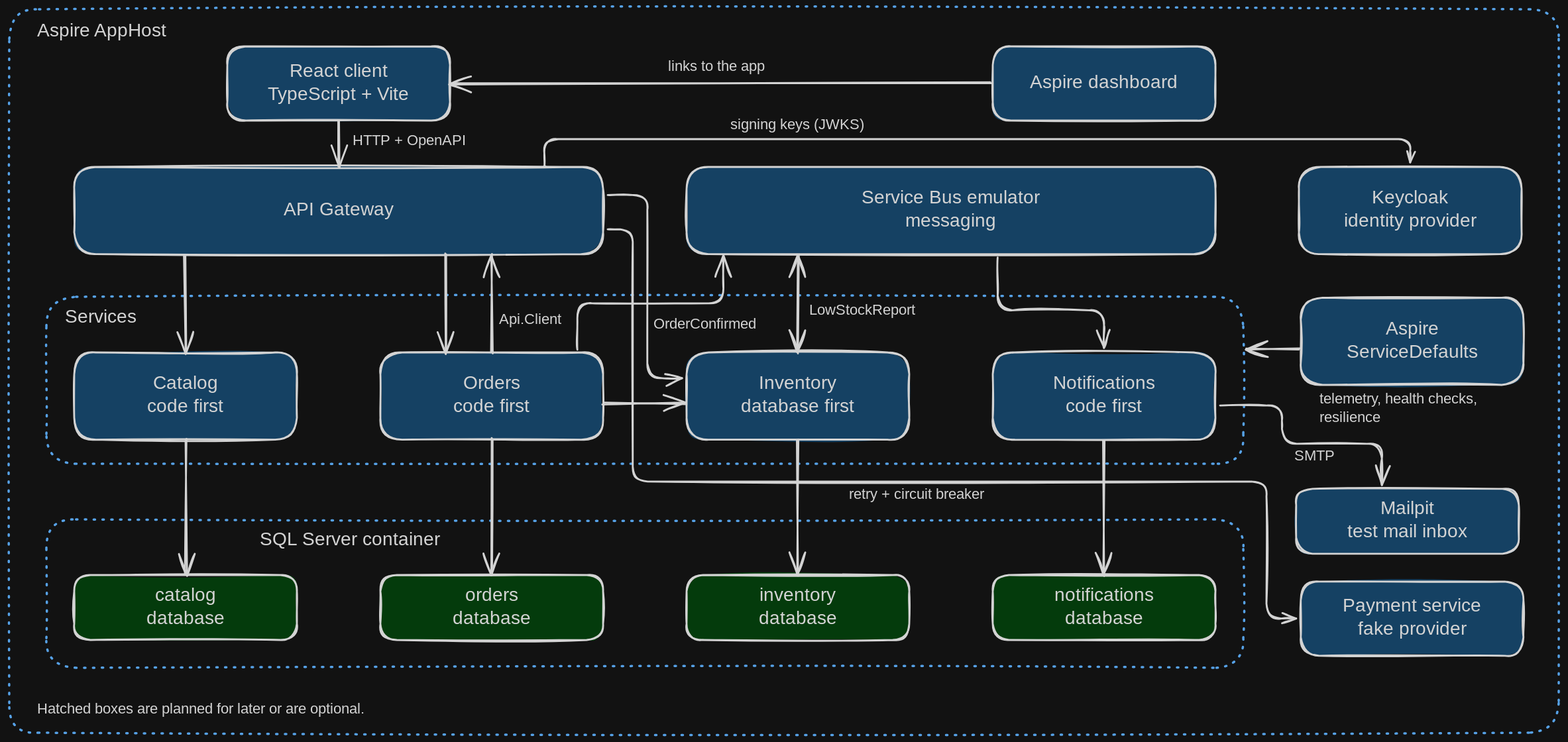
gmarginet/CleanArchitectureToolkit keeps this Excalidraw diagram as resources/schemas/CatDemoArchitecture.excalidraw.svg. Above is the earlier version. Source tidied: one line per element, renumbered; positions are measured from the earlier drawing's top-left corner, leaving out a move shared by most shapes.
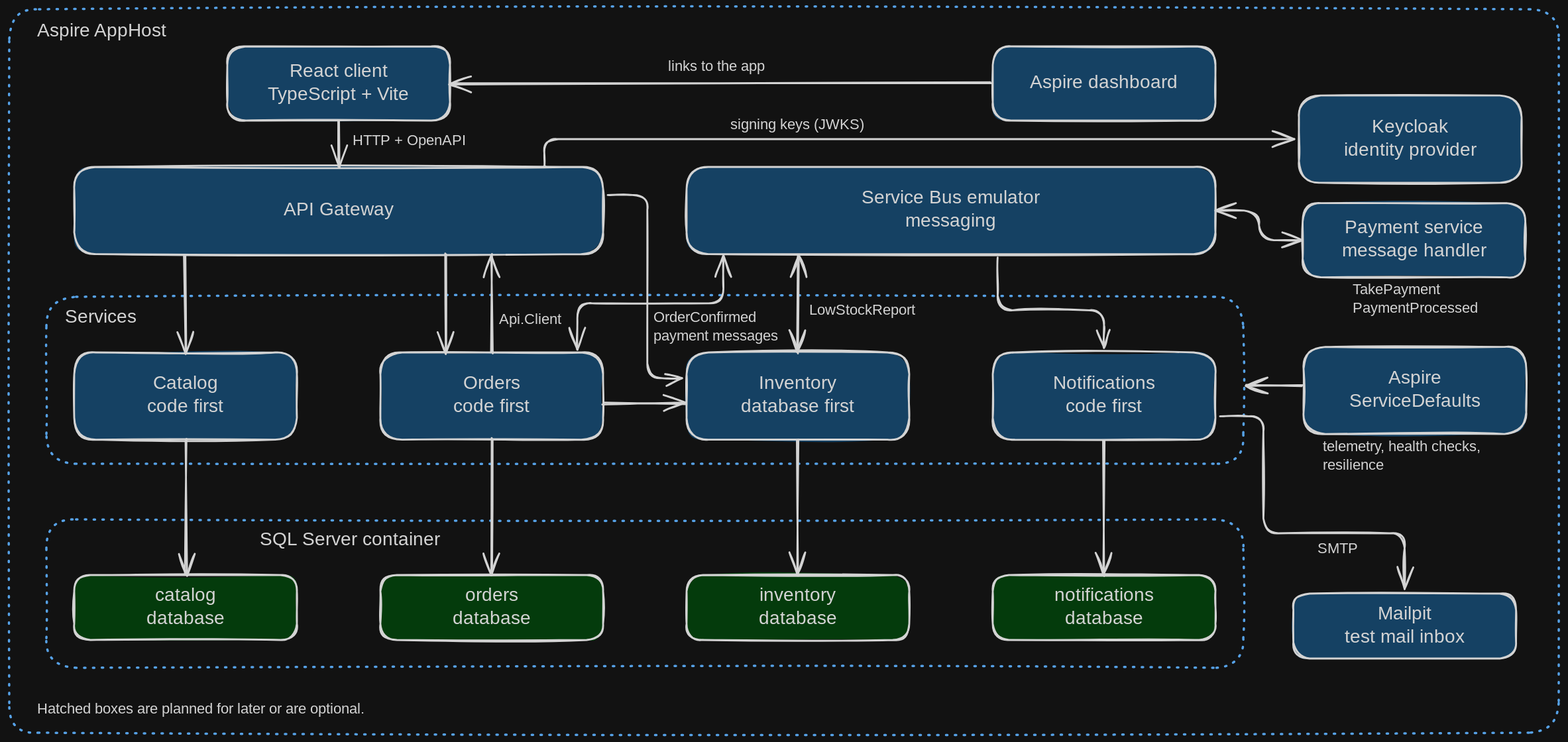
Above is the later version.

Commit message:
Describe the saga and the payment messages in the demo readme and drawing (skip-pub)

Change to the diagram source:
```diff
@@ -20,47 +20,47 @@
 {"id": 19, "type": "text", "text": "Inventory\ndatabase first", "strokeColor": "#1e1e1e", "strokeWidth": 2, "roughness": 1, "fontSize": 20, "fontFamily": 5, "textAlign": "center", "verticalAlign": "middle", "inside": 18, "x": 779, "y": 392, "width": 141, "height": 50}
 {"id": 20, "type": "rectangle", "strokeColor": "#1e1e1e", "backgroundColor": "#a5d8ff", "fillStyle": "solid", "strokeWidth": 2, "roughness": 1, "round": true, "x": 1060, "y": 370, "width": 240, "height": 94}
 {"id": 21, "type": "text", "text": "Notifications\ncode first", "strokeColor": "#1e1e1e", "strokeWidth": 2, "roughness": 1, "fontSize": 20, "fontFamily": 5, "textAlign": "center", "verticalAlign": "middle", "inside": 20, "x": 1109, "y": 392, "width": 142, "height": 50}
-{"id": 22, "type": "rectangle", "strokeColor": "#1e1e1e", "backgroundColor": "#a5d8ff", "fillStyle": "solid", "strokeWidth": 2, "roughness": 1, "round": true, "x": 1392, "y": 311, "width": 240, "height": 94}
+{"id": 22, "type": "rectangle", "strokeColor": "#1e1e1e", "backgroundColor": "#a5d8ff", "fillStyle": "solid", "strokeWidth": 2, "roughness": 1, "round": true, "x": 1395, "y": 364, "width": 240, "height": 94}
-{"id": 23, "type": "text", "text": "Aspire\nServiceDefaults", "strokeColor": "#1e1e1e", "strokeWidth": 2, "roughness": 1, "fontSize": 20, "fontFamily": 5, "textAlign": "center", "verticalAlign": "middle", "inside": 22, "x": 1436, "y": 333, "width": 153, "height": 50}
+{"id": 23, "type": "text", "text": "Aspire\nServiceDefaults", "strokeColor": "#1e1e1e", "strokeWidth": 2, "roughness": 1, "fontSize": 20, "fontFamily": 5, "textAlign": "center", "verticalAlign": "middle", "inside": 22, "x": 1439, "y": 386, "width": 153, "height": 50}
 {"id": 24, "type": "rectangle", "strokeColor": "#1e1e1e", "backgroundColor": "#b2f2bb", "fillStyle": "solid", "strokeWidth": 2, "roughness": 1, "round": true, "x": 70, "y": 610, "width": 240, "height": 70}
 {"id": 25, "type": "text", "text": "catalog\ndatabase", "strokeColor": "#1e1e1e", "strokeWidth": 2, "roughness": 1, "fontSize": 20, "fontFamily": 5, "textAlign": "center", "verticalAlign": "middle", "inside": 24, "x": 150, "y": 620, "width": 81, "height": 50}
 {"id": 26, "type": "rectangle", "strokeColor": "#1e1e1e", "backgroundColor": "#b2f2bb", "fillStyle": "solid", "strokeWidth": 2, "roughness": 1, "round": true, "x": 400, "y": 610, "width": 240, "height": 70}
 {"id": 27, "type": "text", "text": "orders\ndatabase", "strokeColor": "#1e1e1e", "strokeWidth": 2, "roughness": 1, "fontSize": 20, "fontFamily": 5, "textAlign": "center", "verticalAlign": "middle", "inside": 26, "x": 480, "y": 620, "width": 81, "height": 50}
 {"id": 28, "type": "rectangle", "strokeColor": "#1e1e1e", "backgroundColor": "#b2f2bb", "fillStyle": "solid", "strokeWidth": 2, "roughness": 1, "round": true, "x": 730, "y": 610, "width": 240, "height": 70}
 {"id": 29, "type": "text", "text": "inventory\ndatabase", "strokeColor": "#1e1e1e", "strokeWidth": 2, "roughness": 1, "fontSize": 20, "fontFamily": 5, "textAlign": "center", "verticalAlign": "middle", "inside": 28, "x": 805, "y": 620, "width": 91, "height": 50}
-{"id": 30, "type": "rectangle", "strokeColor": "#1e1e1e", "backgroundColor": "#a5d8ff", "fillStyle": "solid", "strokeWidth": 2, "roughness": 1, "round": true, "x": 1392, "y": 617, "width": 240, "height": 80}
+{"id": 30, "type": "rectangle", "strokeColor": "#1e1e1e", "backgroundColor": "#a5d8ff", "fillStyle": "solid", "strokeWidth": 2, "roughness": 1, "round": true, "x": 1394, "y": 209, "width": 240, "height": 80}
-{"id": 31, "type": "text", "text": "Payment service\nfake provider", "strokeColor": "#1e1e1e", "strokeWidth": 2, "roughness": 1, "fontSize": 20, "fontFamily": 5, "textAlign": "center", "verticalAlign": "middle", "inside": 30, "x": 1436, "y": 632, "width": 151, "height": 50}
+{"id": 31, "type": "text", "text": "Payment service\nmessage handler", "strokeColor": "#1e1e1e", "strokeWidth": 2, "roughness": 1, "fontSize": 20, "fontFamily": 5, "textAlign": "center", "verticalAlign": "middle", "inside": 30, "x": 1438, "y": 224, "width": 151, "height": 50}
 {"id": 32, "type": "arrow", "strokeColor": "#1e1e1e", "strokeWidth": 2, "roughness": 1, "endArrowhead": "arrow", "round": true, "from": 6, "to": 10, "x": 355, "y": 120, "width": 0, "height": 50, "points": [[0, 0], [0, 50]]}
 {"id": 33, "type": "arrow", "strokeColor": "#1e1e1e", "strokeWidth": 2, "roughness": 1, "endArrowhead": "arrow", "round": true, "from": 8, "to": 6, "x": 1059, "y": 80, "width": 583, "height": 0, "points": [[0, 0], [-583, 0]]}
 {"id": 34, "type": "arrow", "strokeColor": "#1e1e1e", "strokeWidth": 2, "roughness": 1, "endArrowhead": "arrow", "round": true, "from": 10, "to": 14, "x": 190, "y": 264, "width": 0, "height": 106, "points": [[0, 0], [0, 106]]}
 {"id": 35, "type": "arrow", "strokeColor": "#1e1e1e", "strokeWidth": 2, "roughness": 1, "endArrowhead": "arrow", "round": true, "from": 10, "to": 16, "x": 470, "y": 264, "width": 0, "height": 106, "points": [[0, 0], [0, 106]]}
-{"id": 36, "type": "arrow", "strokeColor": "#1e1e1e", "strokeWidth": 2, "roughness": 1, "endArrowhead": "arrow", "from": 16, "to": 12, "x": 612, "y": 367, "width": 157, "height": 102, "points": [[0, 0], [0, -50], [157, -50], [157, -102]]}
+{"id": 36, "type": "arrow", "strokeColor": "#1e1e1e", "strokeWidth": 2, "roughness": 1, "startArrowhead": "arrow", "endArrowhead": "arrow", "from": 16, "to": 12, "x": 612, "y": 367, "width": 157, "height": 102, "points": [[0, 0], [0, -50], [157, -50], [157, -102]]}
 {"id": 37, "type": "arrow", "strokeColor": "#1e1e1e", "strokeWidth": 2, "roughness": 1, "startArrowhead": "arrow", "endArrowhead": "arrow", "round": true, "from": 12, "to": 18, "x": 850, "y": 264, "width": 0, "height": 106, "points": [[0, 0], [0, 106]]}
 {"id": 38, "type": "arrow", "strokeColor": "#1e1e1e", "strokeWidth": 2, "roughness": 1, "endArrowhead": "arrow", "from": 12, "to": 20, "x": 1065, "y": 268, "width": 115, "height": 97, "points": [[0, 0], [0, 57], [115, 57], [115, 97]]}
 {"id": 39, "type": "arrow", "strokeColor": "#1e1e1e", "strokeWidth": 2, "roughness": 1, "endArrowhead": "arrow", "round": true, "from": 16, "to": 10, "x": 520, "y": 370, "width": 0, "height": 106, "points": [[0, 0], [0, -106]]}
 {"id": 40, "type": "arrow", "strokeColor": "#1e1e1e", "strokeWidth": 2, "roughness": 1, "endArrowhead": "arrow", "round": true, "from": 14, "to": 24, "x": 190, "y": 464, "width": 0, "height": 146, "points": [[0, 0], [0, 146]]}
 {"id": 41, "type": "arrow", "strokeColor": "#1e1e1e", "strokeWidth": 2, "roughness": 1, "endArrowhead": "arrow", "round": true, "from": 16, "to": 26, "x": 520, "y": 464, "width": 0, "height": 146, "points": [[0, 0], [0, 146]]}
 {"id": 42, "type": "arrow", "strokeColor": "#1e1e1e", "strokeWidth": 2, "roughness": 1, "endArrowhead": "arrow", "round": true, "from": 18, "to": 28, "x": 850, "y": 464, "width": 0, "height": 146, "points": [[0, 0], [0, 146]]}
-{"id": 43, "type": "arrow", "strokeColor": "#1e1e1e", "strokeWidth": 2, "roughness": 1, "endArrowhead": "arrow", "from": 10, "to": 30, "x": 645, "y": 237, "width": 742, "height": 420, "points": [[0, 0], [27, 0], [27, 272], [710, 272], [710, 420], [742, 420]]}
-{"id": 44, "type": "arrow", "strokeColor": "#1e1e1e", "strokeWidth": 2, "roughness": 1, "endArrowhead": "arrow", "round": true, "from": 22, "to": 1, "x": 1391, "y": 367, "width": 59, "height": 0, "points": [[0, 0], [-59, 0]]}
+{"id": 44, "type": "arrow", "strokeColor": "#1e1e1e", "strokeWidth": 2, "roughness": 1, "endArrowhead": "arrow", "round": true, "from": 22, "to": 1, "x": 1394, "y": 407, "width": 62, "height": 1, "points": [[0, 0], [-62, -1]]}
 {"id": 45, "type": "text", "text": "HTTP + OpenAPI", "strokeColor": "#1e1e1e", "strokeWidth": 2, "roughness": 1, "fontSize": 16, "fontFamily": 5, "x": 370, "y": 132, "width": 113, "height": 20}
 {"id": 46, "type": "text", "text": "links to the app", "strokeColor": "#1e1e1e", "strokeWidth": 2, "roughness": 1, "fontSize": 16, "fontFamily": 5, "x": 710, "y": 52, "width": 130, "height": 20}
-{"id": 47, "type": "text", "text": "OrderConfirmed", "strokeColor": "#1e1e1e", "strokeWidth": 2, "roughness": 1, "fontSize": 16, "fontFamily": 5, "x": 694, "y": 330, "width": 113, "height": 20}
+{"id": 47, "type": "text", "text": "OrderConfirmed\npayment messages", "strokeColor": "#1e1e1e", "strokeWidth": 2, "roughness": 1, "fontSize": 16, "fontFamily": 5, "x": 694, "y": 323, "width": 130, "height": 40}
 {"id": 48, "type": "text", "text": "Api.Client", "strokeColor": "#1e1e1e", "strokeWidth": 2, "roughness": 1, "fontSize": 16, "fontFamily": 5, "x": 528, "y": 325, "width": 81, "height": 20}
-{"id": 49, "type": "text", "text": "retry + circuit breaker", "strokeColor": "#1e1e1e", "strokeWidth": 2, "roughness": 1, "fontSize": 16, "fontFamily": 5, "x": 905, "y": 514, "width": 186, "height": 20}
-{"id": 50, "type": "text", "text": "telemetry, health checks,\nresilience", "strokeColor": "#1e1e1e", "strokeWidth": 2, "roughness": 1, "fontSize": 16, "fontFamily": 5, "x": 1412, "y": 411, "width": 202, "height": 40}
+{"id": 50, "type": "text", "text": "telemetry, health checks,\nresilience", "strokeColor": "#1e1e1e", "strokeWidth": 2, "roughness": 1, "fontSize": 16, "fontFamily": 5, "x": 1416, "y": 462, "width": 202, "height": 40}
 {"id": 51, "type": "text", "text": "Hatched boxes are planned for later or are optional.", "strokeColor": "#1e1e1e", "strokeWidth": 2, "roughness": 1, "fontSize": 16, "fontFamily": 5, "x": 30, "y": 745, "width": 407, "height": 20}
-{"id": 52, "type": "rectangle", "strokeColor": "#1e1e1e", "backgroundColor": "#a5d8ff", "fillStyle": "solid", "strokeWidth": 2, "roughness": 1, "round": true, "x": 1390, "y": 170, "width": 240, "height": 94}
+{"id": 52, "type": "rectangle", "strokeColor": "#1e1e1e", "backgroundColor": "#a5d8ff", "fillStyle": "solid", "strokeWidth": 2, "roughness": 1, "round": true, "x": 1390, "y": 93, "width": 240, "height": 94}
-{"id": 53, "type": "text", "text": "Keycloak\nidentity provider", "strokeColor": "#1e1e1e", "strokeWidth": 2, "roughness": 1, "fontSize": 20, "fontFamily": 5, "textAlign": "center", "verticalAlign": "middle", "inside": 52, "x": 1424, "y": 192, "width": 172, "height": 50}
+{"id": 53, "type": "text", "text": "Keycloak\nidentity provider", "strokeColor": "#1e1e1e", "strokeWidth": 2, "roughness": 1, "fontSize": 20, "fontFamily": 5, "textAlign": "center", "verticalAlign": "middle", "inside": 52, "x": 1424, "y": 115, "width": 172, "height": 50}
-{"id": 54, "type": "arrow", "strokeColor": "#1e1e1e", "strokeWidth": 2, "roughness": 1, "endArrowhead": "arrow", "from": 10, "to": 52, "x": 577, "y": 170, "width": 933, "height": 30, "points": [[0, 0], [0, 0], [0, -30], [933, -30], [933, -5]]}
+{"id": 54, "type": "arrow", "strokeColor": "#1e1e1e", "strokeWidth": 2, "roughness": 1, "endArrowhead": "arrow", "from": 10, "to": 52, "x": 577, "y": 170, "width": 808, "height": 30, "points": [[0, 0], [0, 0], [0, -30], [808, -30]]}
 {"id": 55, "type": "text", "text": "signing keys (JWKS)", "strokeColor": "#1e1e1e", "strokeWidth": 2, "roughness": 1, "fontSize": 16, "fontFamily": 5, "x": 777, "y": 115, "width": 154, "height": 20}
 {"id": 56, "type": "arrow", "strokeColor": "#1e1e1e", "strokeWidth": 2, "roughness": 1, "endArrowhead": "arrow", "round": true, "from": 16, "to": 18, "x": 640, "y": 425, "width": 90, "height": 0, "points": [[0, 0], [90, 0]]}
 {"id": 57, "type": "arrow", "strokeColor": "#1e1e1e", "strokeWidth": 2, "roughness": 1, "endArrowhead": "arrow", "from": 10, "to": 18, "x": 645, "y": 200, "width": 80, "height": 197, "points": [[0, 0], [43, 0], [43, 197], [80, 197]]}
-{"id": 58, "type": "rectangle", "strokeColor": "#1e1e1e", "backgroundColor": "#a5d8ff", "fillStyle": "solid", "strokeWidth": 2, "roughness": 1, "round": true, "x": 1387, "y": 517, "width": 240, "height": 70}
+{"id": 58, "type": "rectangle", "strokeColor": "#1e1e1e", "backgroundColor": "#a5d8ff", "fillStyle": "solid", "strokeWidth": 2, "roughness": 1, "round": true, "x": 1384, "y": 630, "width": 240, "height": 70}
-{"id": 59, "type": "text", "text": "Mailpit\ntest mail inbox", "strokeColor": "#1e1e1e", "strokeWidth": 2, "roughness": 1, "fontSize": 20, "fontFamily": 5, "textAlign": "center", "verticalAlign": "middle", "inside": 58, "x": 1427, "y": 527, "width": 160, "height": 50}
+{"id": 59, "type": "text", "text": "Mailpit\ntest mail inbox", "strokeColor": "#1e1e1e", "strokeWidth": 2, "roughness": 1, "fontSize": 20, "fontFamily": 5, "textAlign": "center", "verticalAlign": "middle", "inside": 58, "x": 1424, "y": 640, "width": 160, "height": 50}
-{"id": 60, "type": "arrow", "strokeColor": "#1e1e1e", "strokeWidth": 2, "roughness": 1, "endArrowhead": "arrow", "from": 20, "to": 58, "x": 1305, "y": 427, "width": 174, "height": 86, "points": [[0, 0], [67, 0], [67, 41], [174, 41], [174, 86]]}
+{"id": 60, "type": "arrow", "strokeColor": "#1e1e1e", "strokeWidth": 2, "roughness": 1, "endArrowhead": "arrow", "from": 20, "to": 58, "x": 1305, "y": 439, "width": 199, "height": 186, "points": [[0, 0], [47, 0], [47, 126], [199, 126], [199, 186]]}
-{"id": 61, "type": "text", "text": "SMTP", "strokeColor": "#1e1e1e", "strokeWidth": 2, "roughness": 1, "fontSize": 16, "fontFamily": 5, "x": 1385, "y": 472, "width": 40, "height": 20}
+{"id": 61, "type": "text", "text": "SMTP", "strokeColor": "#1e1e1e", "strokeWidth": 2, "roughness": 1, "fontSize": 16, "fontFamily": 5, "x": 1410, "y": 572, "width": 40, "height": 20}
 {"id": 62, "type": "rectangle", "strokeColor": "#1e1e1e", "backgroundColor": "#b2f2bb", "fillStyle": "solid", "strokeWidth": 2, "roughness": 1, "round": true, "x": 1060, "y": 610, "width": 240, "height": 70}
 {"id": 63, "type": "text", "text": "notifications\ndatabase", "strokeColor": "#1e1e1e", "strokeWidth": 2, "roughness": 1, "fontSize": 20, "fontFamily": 5, "textAlign": "center", "verticalAlign": "middle", "inside": 62, "x": 1125, "y": 620, "width": 110, "height": 50}
 {"id": 64, "type": "arrow", "strokeColor": "#1e1e1e", "strokeWidth": 2, "roughness": 1, "endArrowhead": "arrow", "round": true, "x": 1180, "y": 464, "width": 0, "height": 146, "points": [[0, 0], [0, 146]]}
 {"id": 65, "type": "text", "text": "LowStockReport", "strokeColor": "#1e1e1e", "strokeWidth": 2, "roughness": 1, "fontSize": 16, "fontFamily": 5, "x": 862, "y": 315, "width": 113, "height": 20}
+{"id": 66, "type": "arrow", "strokeColor": "#1e1e1e", "strokeWidth": 2, "roughness": 1, "startArrowhead": "arrow", "endArrowhead": "arrow", "from": 12, "to": 30, "x": 1300, "y": 217, "width": 94, "height": 32, "points": [[0, 0], [47, 0], [47, 32], [94, 32]]}
+{"id": 67, "type": "text", "text": "TakePayment\nPaymentProcessed", "strokeColor": "#1e1e1e", "strokeWidth": 2, "roughness": 1, "fontSize": 16, "fontFamily": 5, "x": 1448, "y": 293, "width": 130, "height": 40}
```
